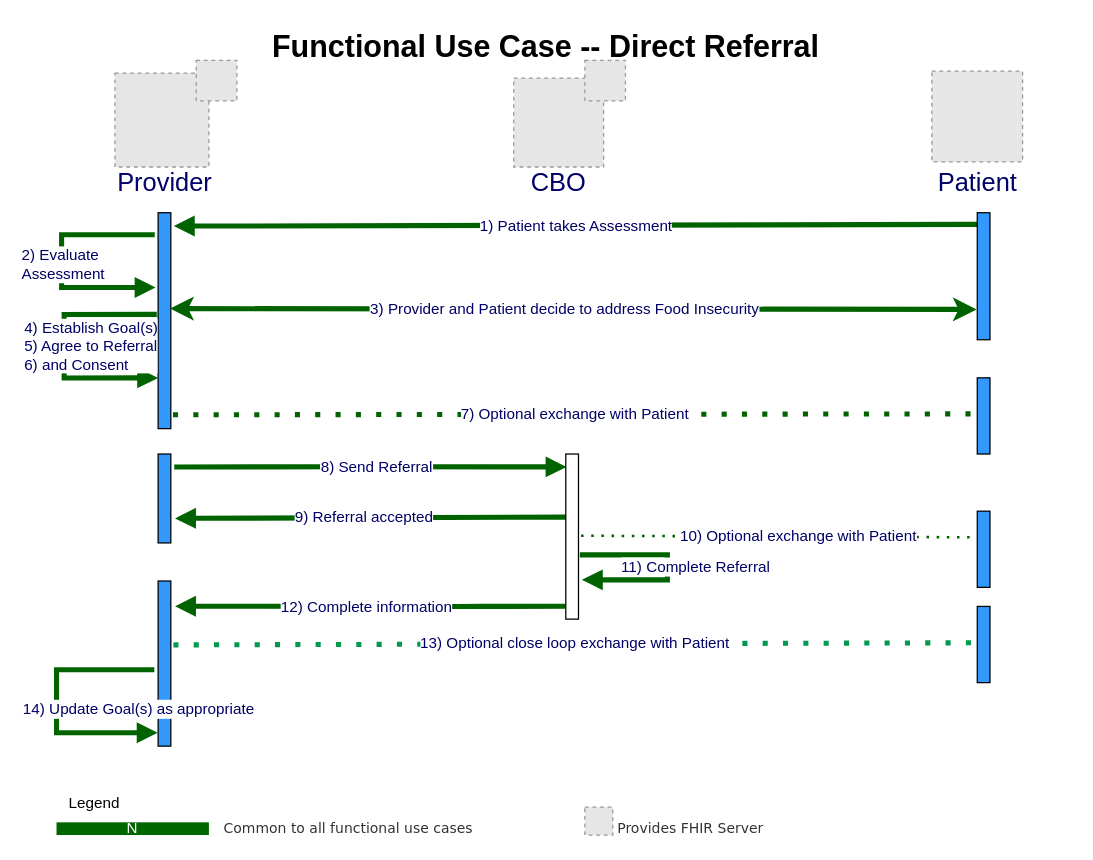
Above: Images Source/FunctionalUseCaseFlowDirectReferral3.drawio in HL7/fhir-sdoh-clinicalcare (draw.io), before the change. Source tidied: cells renumbered, new cells numbered last; positions are measured from the earlier drawing's top-left corner, leaving out a move shared by most shapes. Both pictures are drawn from the tidied source at 127%, with x=0, y=0 at pixel (56, 22). Pictures stored in the file or linked from it are replaced by grey dashed boxes.
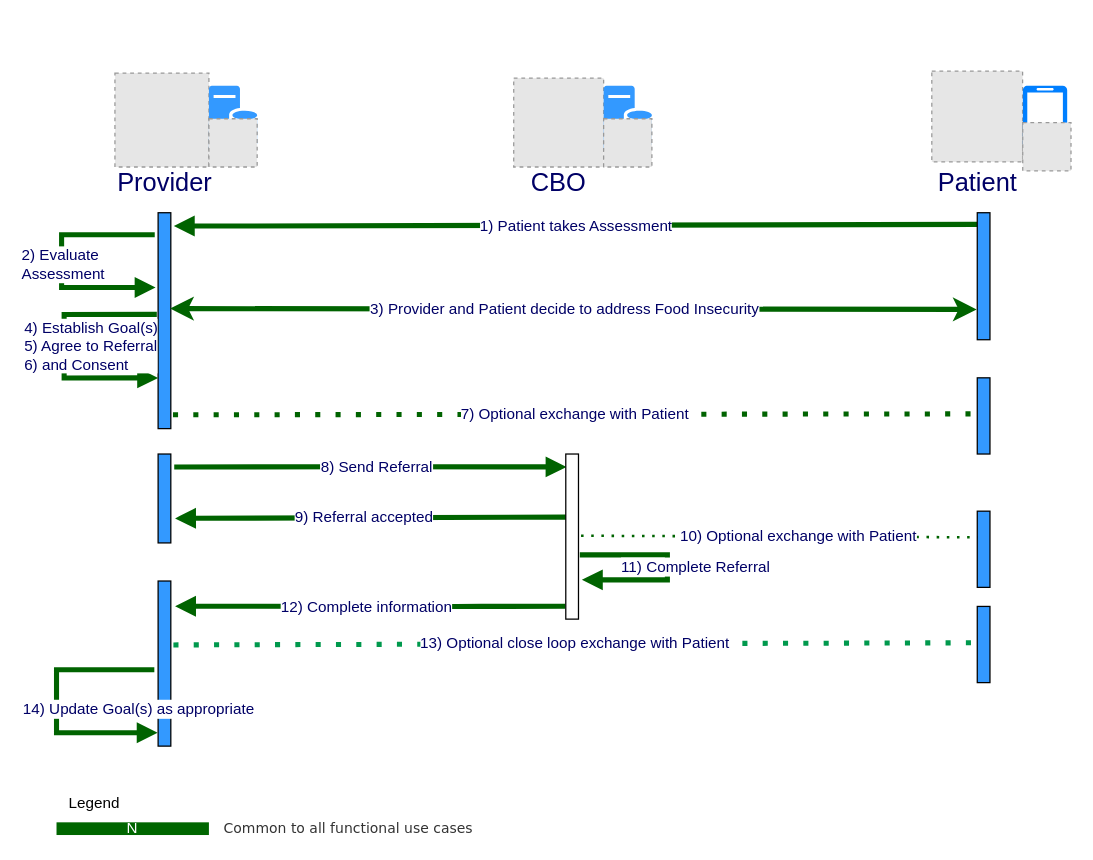
Above is the later version.

The edit, as a diff of the source:
```diff
@@
-    <mxCell id="2" value="Functional Use Case -- Direct Referral" style="text;strokeColor=none;fillColor=none;html=1;fontSize=24;fontStyle=1;verticalAlign=middle;align=center;" parent="1" vertex="1">
-      <mxGeometry x="120" width="530" height="40" as="geometry" />
-    </mxCell>
@@
-    <mxCell id="32" value="&lt;font face=&quot;verdana&quot; color=&quot;#333333&quot;&gt;&lt;span style=&quot;background-color: rgb(255, 255, 255);&quot;&gt;Provides FHIR Server&lt;/span&gt;&lt;/font&gt;" style="text;html=1;strokeColor=none;fillColor=none;align=left;verticalAlign=middle;whiteSpace=wrap;rounded=0;fontSize=11;" parent="1" vertex="1">
-      <mxGeometry x="440" y="630" width="210" height="10" as="geometry" />
-    </mxCell>
-    <mxCell id="33" style="fillColor=#E6E6E6;strokeColor=#999999;dashed=1;verticalLabelPosition=bottom;verticalAlign=top;fontSize=12;fontColor=#990000;" parent="1" vertex="1">
-      <mxGeometry x="110" y="30" width="32" height="32" as="geometry" />
-    </mxCell>
-    <mxCell id="34" style="fillColor=#E6E6E6;strokeColor=#999999;dashed=1;verticalLabelPosition=bottom;verticalAlign=top;fontSize=12;fontColor=#990000;" parent="1" vertex="1">
-      <mxGeometry x="416" y="30" width="32" height="32" as="geometry" />
-    </mxCell>
-    <mxCell id="35" style="fillColor=#E6E6E6;strokeColor=#999999;dashed=1;verticalLabelPosition=bottom;verticalAlign=top;fontSize=12;fontColor=#990000;" parent="1" vertex="1">
-      <mxGeometry x="416" y="618" width="22" height="22" as="geometry" />
-    </mxCell>
+    <mxCell id="36" style="group;" parent="1" vertex="1">
+      <mxGeometry x="760.8" y="50" width="38" height="67" as="geometry" />
+    </mxCell>
+    <mxCell id="37" style="sketch=0;shadow=0;dashed=0;html=1;strokeColor=none;labelPosition=center;verticalLabelPosition=bottom;verticalAlign=top;align=center;fillColor=#007FFF;shape=mxgraph.azure.mobile;fontSize=12;fontColor=#990000;" parent="36" vertex="1">
+      <mxGeometry width="35" height="50" as="geometry" />
+    </mxCell>
+    <mxCell id="38" style="fillColor=#E6E6E6;strokeColor=#999999;dashed=1;verticalLabelPosition=bottom;verticalAlign=top;fontSize=13;fontColor=#000066;" parent="36" vertex="1">
+      <mxGeometry y="29" width="38" height="38" as="geometry" />
+    </mxCell>
+    <mxCell id="39" style="group;" parent="1" vertex="1">
+      <mxGeometry x="430.8" y="50" width="38" height="64" as="geometry" />
+    </mxCell>
+    <mxCell id="40" style="sketch=0;shadow=0;dashed=0;html=1;strokeColor=none;labelPosition=center;verticalLabelPosition=bottom;verticalAlign=top;align=center;fillColor=#3399FF;shape=mxgraph.mscae.enterprise.database_server;fontSize=12;fontColor=#990000;" parent="39" vertex="1">
+      <mxGeometry width="38" height="50" as="geometry" />
+    </mxCell>
+    <mxCell id="41" style="fillColor=#E6E6E6;strokeColor=#999999;dashed=1;verticalLabelPosition=bottom;verticalAlign=top;fontSize=13;fontColor=#000066;" parent="39" vertex="1">
+      <mxGeometry y="26" width="38" height="38" as="geometry" />
+    </mxCell>
+    <mxCell id="42" style="group;" parent="1" vertex="1">
+      <mxGeometry x="120" y="50" width="38" height="64" as="geometry" />
+    </mxCell>
+    <mxCell id="43" style="sketch=0;shadow=0;dashed=0;html=1;strokeColor=none;labelPosition=center;verticalLabelPosition=bottom;verticalAlign=top;align=center;fillColor=#3399FF;shape=mxgraph.mscae.enterprise.database_server;fontSize=12;fontColor=#990000;" parent="42" vertex="1">
+      <mxGeometry width="38" height="50" as="geometry" />
+    </mxCell>
+    <mxCell id="44" style="fillColor=#E6E6E6;strokeColor=#999999;dashed=1;verticalLabelPosition=bottom;verticalAlign=top;fontSize=13;fontColor=#000066;" parent="42" vertex="1">
+      <mxGeometry y="26" width="38" height="38" as="geometry" />
+    </mxCell>
```
